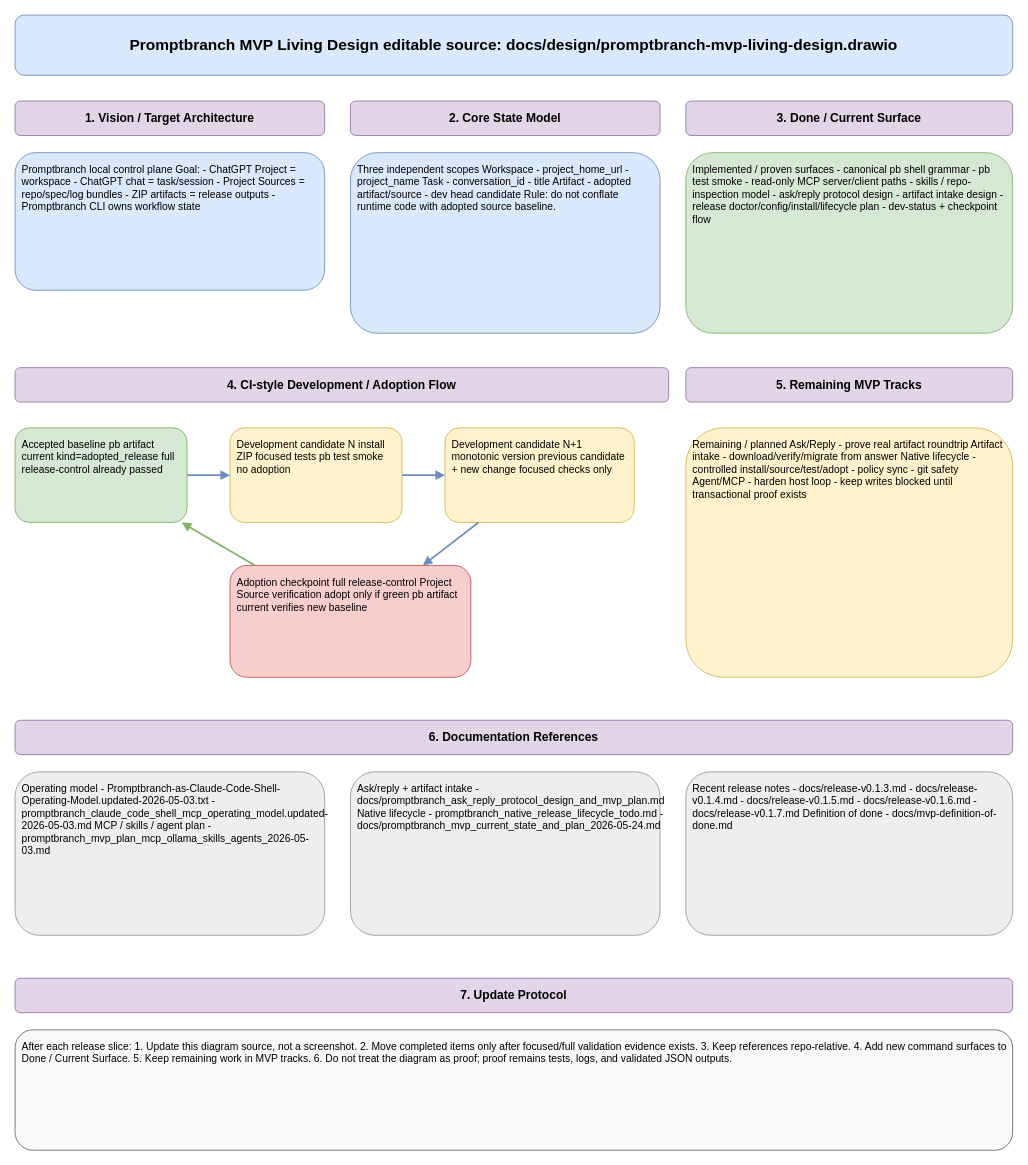
This is docs/design/promptbranch-mvp-living-design.drawio from spikkie/promptbranch, a draw.io file, before an edit. Source tidied: cells renumbered, new cells numbered last; positions are measured from the earlier drawing's top-left corner, leaving out a move shared by most shapes. Both pictures are drawn from the tidied source at 86%, with x=0, y=0 at pixel (15, 15).
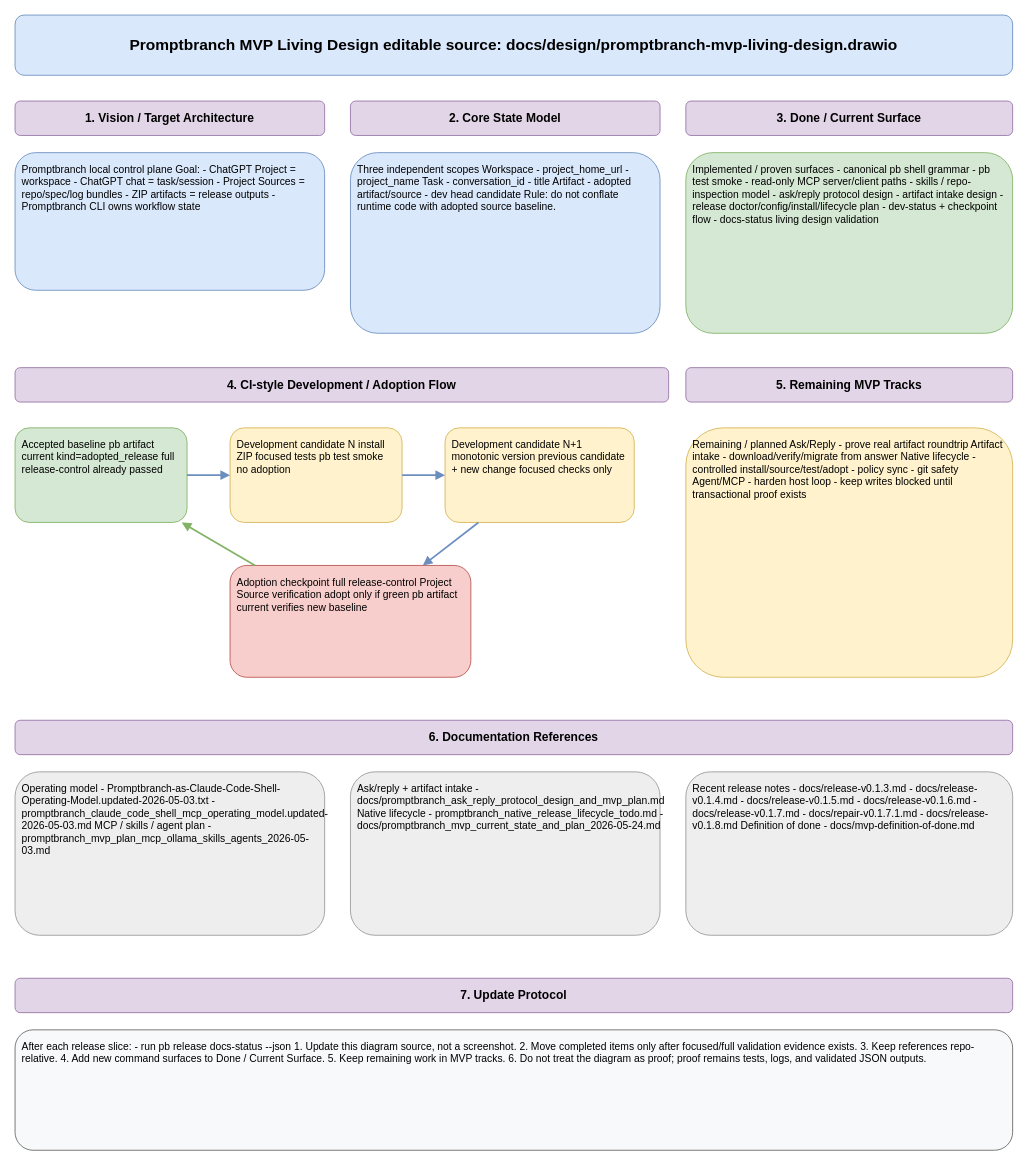
After the change.

The edit, as a diff of the source:
```diff
@@
-    <mxCell id="8" value="Implemented / proven surfaces  - canonical pb shell grammar - pb test smoke - read-only MCP server/client paths - skills / repo-inspection model - ask/reply protocol design - artifact intake design - release doctor/config/install/lifecycle plan - dev-status + checkpoint flow" style="rounded=1;whiteSpace=wrap;html=1;fillColor=#d5e8d4;strokeColor=#82b366;fontSize=12;align=left;verticalAlign=top;spacing=8;" parent="1" vertex="1">
+    <mxCell id="8" value="Implemented / proven surfaces  - canonical pb shell grammar - pb test smoke - read-only MCP server/client paths - skills / repo-inspection model - ask/reply protocol design - artifact intake design - release doctor/config/install/lifecycle plan - dev-status + checkpoint flow - docs-status living design validation" style="rounded=1;whiteSpace=wrap;html=1;fillColor=#d5e8d4;strokeColor=#82b366;fontSize=12;align=left;verticalAlign=top;spacing=8;" parent="1" vertex="1">
       <mxGeometry x="780" y="160" width="380" height="210" as="geometry" />
     </mxCell>
@@
-    <mxCell id="23" value="Recent release notes  - docs/release-v0.1.3.md - docs/release-v0.1.4.md - docs/release-v0.1.5.md - docs/release-v0.1.6.md - docs/release-v0.1.7.md  Definition of done - docs/mvp-definition-of-done.md" style="rounded=1;whiteSpace=wrap;html=1;fillColor=#eeeeee;strokeColor=#999999;fontSize=12;align=left;verticalAlign=top;spacing=8;" parent="1" vertex="1">
+    <mxCell id="23" value="Recent release notes  - docs/release-v0.1.3.md - docs/release-v0.1.4.md - docs/release-v0.1.5.md - docs/release-v0.1.6.md - docs/release-v0.1.7.md - docs/repair-v0.1.7.1.md - docs/release-v0.1.8.md  Definition of done - docs/mvp-definition-of-done.md" style="rounded=1;whiteSpace=wrap;html=1;fillColor=#eeeeee;strokeColor=#999999;fontSize=12;align=left;verticalAlign=top;spacing=8;" parent="1" vertex="1">
       <mxGeometry x="780" y="880" width="380" height="190" as="geometry" />
     </mxCell>
@@
-    <mxCell id="25" value="After each release slice: 1. Update this diagram source, not a screenshot. 2. Move completed items only after focused/full validation evidence exists. 3. Keep references repo-relative. 4. Add new command surfaces to Done / Current Surface. 5. Keep remaining work in MVP tracks. 6. Do not treat the diagram as proof; proof remains tests, logs, and validated JSON outputs." style="rounded=1;whiteSpace=wrap;html=1;fillColor=#f8f9fa;strokeColor=#666666;fontSize=12;align=left;verticalAlign=top;spacing=8;" parent="1" vertex="1">
+    <mxCell id="25" value="After each release slice: - run pb release docs-status --json 1. Update this diagram source, not a screenshot. 2. Move completed items only after focused/full validation evidence exists. 3. Keep references repo-relative. 4. Add new command surfaces to Done / Current Surface. 5. Keep remaining work in MVP tracks. 6. Do not treat the diagram as proof; proof remains tests, logs, and validated JSON outputs." style="rounded=1;whiteSpace=wrap;html=1;fillColor=#f8f9fa;strokeColor=#666666;fontSize=12;align=left;verticalAlign=top;spacing=8;" parent="1" vertex="1">
       <mxGeometry y="1180" width="1160" height="140" as="geometry" />
     </mxCell>
```
